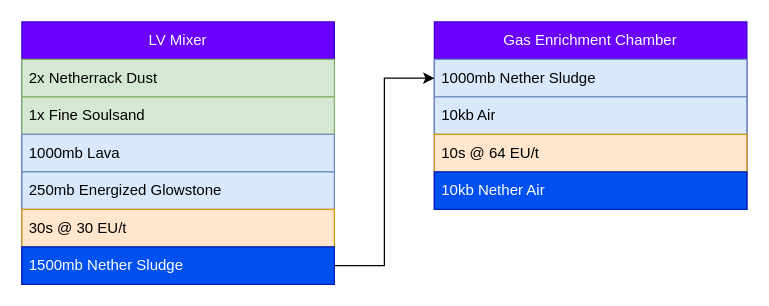
Above: flowcharts/nether_air.drawio in Crindigo/VoidRunner (draw.io), before the change. Source tidied: cells renumbered, new cells numbered last; positions are measured from the earlier drawing's top-left corner, leaving out a move shared by most shapes. Both pictures are drawn from the tidied source at 125%, with x=0, y=0 at pixel (21, 21).
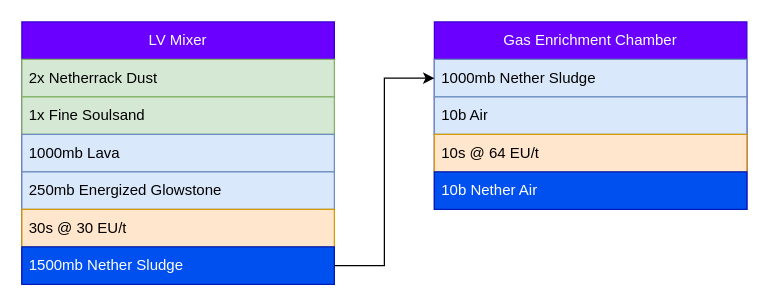
After the change.

The edit, as a diff of the source:
```diff
@@
 <mxGraphModel>
   <root>
     <mxCell id="0" />
     <mxCell id="1" parent="0" />
     <mxCell id="2" value="LV Mixer" style="swimlane;fontStyle=0;horizontal=1;startSize=30;whiteSpace=wrap;html=1;fillColor=#6a00ff;fontColor=#ffffff;strokeColor=#3700CC;swimlaneLine=1;glass=0;shadow=0;rounded=0;" parent="1" vertex="1">
       <mxGeometry width="250" height="210" as="geometry" />
     </mxCell>
     <mxCell id="3" value="2x Netherrack Dust" style="text;strokeColor=#82b366;fillColor=#d5e8d4;align=left;verticalAlign=middle;spacingLeft=4;spacingRight=4;overflow=hidden;whiteSpace=wrap;html=1;fontColor=#000000;" parent="2" vertex="1">
       <mxGeometry y="30" width="250" height="30" as="geometry" />
     </mxCell>
     <mxCell id="4" value="1x Fine Soulsand" style="text;strokeColor=#82b366;fillColor=#d5e8d4;align=left;verticalAlign=middle;spacingLeft=4;spacingRight=4;overflow=hidden;whiteSpace=wrap;html=1;fontColor=#000000;" parent="2" vertex="1">
       <mxGeometry y="60" width="250" height="30" as="geometry" />
     </mxCell>
     <mxCell id="5" value="1000mb Lava" style="text;strokeColor=#6c8ebf;fillColor=#dae8fc;align=left;verticalAlign=middle;spacingLeft=4;spacingRight=4;overflow=hidden;whiteSpace=wrap;html=1;fontColor=#000000;" parent="2" vertex="1">
       <mxGeometry y="90" width="250" height="30" as="geometry" />
     </mxCell>
     <mxCell id="6" value="250mb Energized Glowstone" style="text;strokeColor=#6c8ebf;fillColor=#dae8fc;align=left;verticalAlign=middle;spacingLeft=4;spacingRight=4;overflow=hidden;whiteSpace=wrap;html=1;fontColor=#000000;" parent="2" vertex="1">
       <mxGeometry y="120" width="250" height="30" as="geometry" />
     </mxCell>
     <mxCell id="7" value="30s @ 30 EU/t" style="text;strokeColor=#d79b00;fillColor=#ffe6cc;align=left;verticalAlign=middle;spacingLeft=4;spacingRight=4;overflow=hidden;whiteSpace=wrap;html=1;fontColor=#000000;" parent="2" vertex="1">
       <mxGeometry y="150" width="250" height="30" as="geometry" />
     </mxCell>
     <mxCell id="8" value="1500mb Nether Sludge" style="text;html=1;strokeColor=#001DBC;fillColor=#0050ef;align=left;verticalAlign=middle;whiteSpace=wrap;rounded=0;spacingLeft=4;spacingRight=4;fontColor=#ffffff;points=[[0,0.5,0,0,0],[1,0.5,0,0,0]];" parent="2" vertex="1">
       <mxGeometry y="180" width="250" height="30" as="geometry" />
     </mxCell>
     <mxCell id="9" value="Gas Enrichment Chamber" style="swimlane;fontStyle=0;horizontal=1;startSize=30;whiteSpace=wrap;html=1;fillColor=#6a00ff;fontColor=#ffffff;strokeColor=#3700CC;swimlaneLine=1;glass=0;shadow=0;rounded=0;" parent="1" vertex="1">
       <mxGeometry x="330" width="250" height="150" as="geometry" />
     </mxCell>
     <mxCell id="10" value="1000mb Nether Sludge" style="text;strokeColor=#6c8ebf;fillColor=#dae8fc;align=left;verticalAlign=middle;spacingLeft=4;spacingRight=4;overflow=hidden;points=[[0,0.5],[1,0.5]];portConstraint=eastwest;whiteSpace=wrap;html=1;fontColor=#000000;" parent="9" vertex="1">
       <mxGeometry y="30" width="250" height="30" as="geometry" />
     </mxCell>
-    <mxCell id="11" value="10kb Air" style="text;strokeColor=#6c8ebf;fillColor=#dae8fc;align=left;verticalAlign=middle;spacingLeft=4;spacingRight=4;overflow=hidden;whiteSpace=wrap;html=1;fontColor=#000000;" parent="9" vertex="1">
+    <mxCell id="11" value="10b Air" style="text;strokeColor=#6c8ebf;fillColor=#dae8fc;align=left;verticalAlign=middle;spacingLeft=4;spacingRight=4;overflow=hidden;whiteSpace=wrap;html=1;fontColor=#000000;" parent="9" vertex="1">
       <mxGeometry y="60" width="250" height="30" as="geometry" />
     </mxCell>
     <mxCell id="12" value="10s @ 64 EU/t" style="text;strokeColor=#d79b00;fillColor=#ffe6cc;align=left;verticalAlign=middle;spacingLeft=4;spacingRight=4;overflow=hidden;whiteSpace=wrap;html=1;fontColor=#000000;" parent="9" vertex="1">
       <mxGeometry y="90" width="250" height="30" as="geometry" />
     </mxCell>
-    <mxCell id="13" value="10kb Nether Air" style="text;html=1;strokeColor=#001DBC;fillColor=#0050ef;align=left;verticalAlign=middle;whiteSpace=wrap;rounded=0;spacingLeft=4;spacingRight=4;fontColor=#ffffff;" parent="9" vertex="1">
+    <mxCell id="13" value="10b Nether Air" style="text;html=1;strokeColor=#001DBC;fillColor=#0050ef;align=left;verticalAlign=middle;whiteSpace=wrap;rounded=0;spacingLeft=4;spacingRight=4;fontColor=#ffffff;" parent="9" vertex="1">
       <mxGeometry y="120" width="250" height="30" as="geometry" />
     </mxCell>
     <mxCell id="14" style="edgeStyle=orthogonalEdgeStyle;rounded=0;jettySize=auto;html=1;exitX=1;exitY=0.5;exitDx=0;exitDy=0;exitPerimeter=0;entryX=0;entryY=0.5;entryDx=0;entryDy=0;" parent="1" edge="1" source="8" target="10">
       <mxGeometry relative="1" as="geometry" />
     </mxCell>
   </root>
 </mxGraphModel>
```
